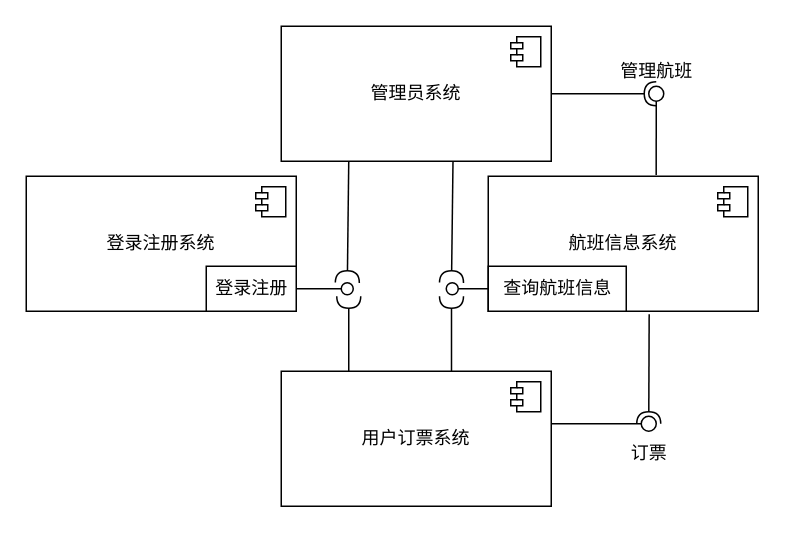
Before: 构件图.drawio in ZhangShuui/ForDrawIo, a draw.io diagram. Source tidied: cells renumbered, new cells numbered last; positions are measured from the earlier drawing's top-left corner, leaving out a move shared by most shapes. Both pictures are drawn from the tidied source at 150%, with x=0, y=0 at pixel (26, 26).
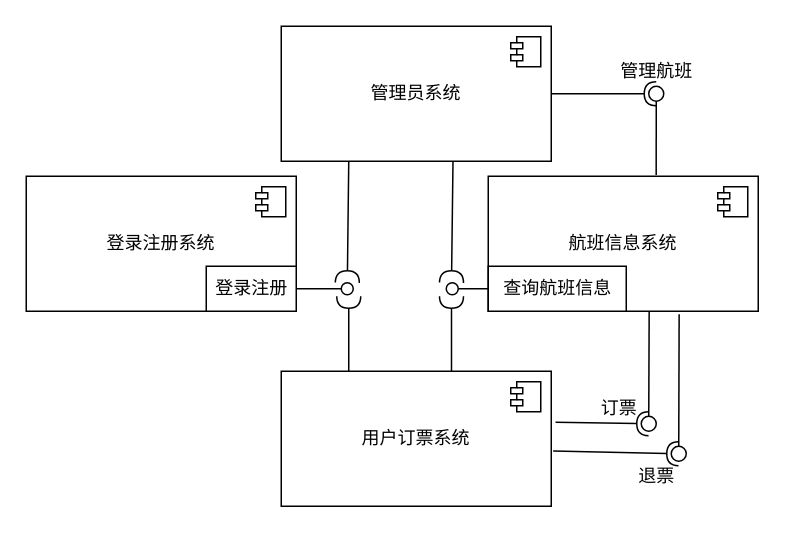
The same page after the edit.

Commit message (it also covers changes not shown here):
更新构件图.drawio

Unchanged cells that the change refers to:
```xml
<mxCell id="7" value="用户订票系统" style="html=1;whiteSpace=wrap;" parent="1" vertex="1">
  <mxGeometry x="170" y="230" width="180" height="90" as="geometry" />
</mxCell>
<mxCell id="13" value="航班信息系统" style="html=1;whiteSpace=wrap;" parent="1" vertex="1">
  <mxGeometry x="308" y="100" width="180" height="90" as="geometry" />
</mxCell>
<mxCell id="22" style="ellipse;whiteSpace=wrap;html=1;align=center;points=[];outlineConnect=0;sketch=0;" parent="1" vertex="1">
  <mxGeometry x="410" y="260" width="10" height="10" as="geometry" />
</mxCell>
```

Diff of the diagram source:
```diff
@@
-    <mxCell id="20" style="rounded=0;jettySize=auto;html=1;endArrow=none;endFill=0;sketch=0;sourcePerimeterSpacing=0;targetPerimeterSpacing=0;" parent="1" edge="1" target="22">
-      <mxGeometry relative="1" as="geometry">
-        <mxPoint x="350" y="265" as="sourcePoint" />
-      </mxGeometry>
+    <mxCell id="20" style="rounded=0;jettySize=auto;html=1;endArrow=none;endFill=0;sketch=0;sourcePerimeterSpacing=0;targetPerimeterSpacing=0;exitX=0.596;exitY=1.004;exitDx=0;exitDy=0;exitPerimeter=0;" parent="1" edge="1" source="13" target="22">
+      <mxGeometry relative="1" as="geometry" />
     </mxCell>
-    <mxCell id="21" style="rounded=0;jettySize=auto;html=1;endArrow=halfCircle;endFill=0;entryX=0.5;entryY=0.5;endSize=6;strokeWidth=1;sketch=0;exitX=0.596;exitY=1.022;exitDx=0;exitDy=0;exitPerimeter=0;" parent="1" edge="1" source="13" target="22">
+    <mxCell id="21" style="rounded=0;jettySize=auto;html=1;endArrow=halfCircle;endFill=0;entryX=0.5;entryY=0.5;endSize=6;strokeWidth=1;sketch=0;exitX=1.016;exitY=0.378;exitDx=0;exitDy=0;exitPerimeter=0;" parent="1" edge="1" source="7" target="22">
       <mxGeometry relative="1" as="geometry" />
     </mxCell>
@@
     <mxCell id="23" value="订票" style="text;html=1;align=center;verticalAlign=middle;strokeColor=none;fillColor=none;" parent="1" vertex="1">
-      <mxGeometry x="390" y="270" width="50" height="30" as="geometry" />
+      <mxGeometry x="370" y="240" width="50" height="30" as="geometry" />
     </mxCell>
@@
+    <mxCell id="28" style="rounded=0;jettySize=auto;html=1;endArrow=none;endFill=0;sketch=0;sourcePerimeterSpacing=0;targetPerimeterSpacing=0;exitX=0.707;exitY=1.022;exitDx=0;exitDy=0;exitPerimeter=0;" parent="1" edge="1" source="13" target="30">
+      <mxGeometry relative="1" as="geometry" />
+    </mxCell>
+    <mxCell id="29" style="rounded=0;jettySize=auto;html=1;endArrow=halfCircle;endFill=0;entryX=0.5;entryY=0.5;endSize=6;strokeWidth=1;sketch=0;exitX=1.007;exitY=0.591;exitDx=0;exitDy=0;exitPerimeter=0;" parent="1" edge="1" source="7" target="30">
+      <mxGeometry relative="1" as="geometry" />
+    </mxCell>
+    <mxCell id="30" style="ellipse;whiteSpace=wrap;html=1;align=center;points=[];outlineConnect=0;sketch=0;" parent="1" vertex="1">
+      <mxGeometry x="430" y="280" width="10" height="10" as="geometry" />
+    </mxCell>
+    <mxCell id="31" value="退票" style="text;html=1;align=center;verticalAlign=middle;strokeColor=none;fillColor=none;" parent="1" vertex="1">
+      <mxGeometry x="395" y="285" width="50" height="30" as="geometry" />
+    </mxCell>
```
